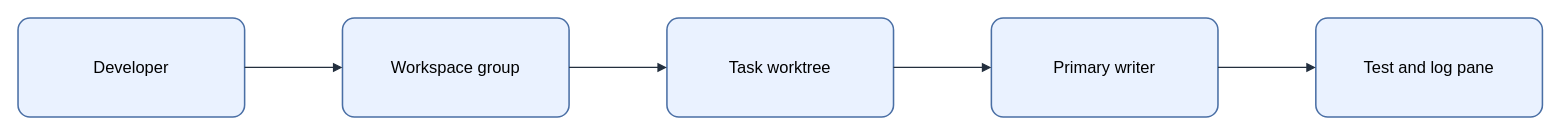
Earlier version of the draw.io diagram assets/img/ai/agentic-development-workspace.drawio (KKamJi98/kkamji98.github.io). Source tidied: cells renumbered, new cells numbered last; positions are measured from the earlier drawing's top-left corner, leaving out a move shared by most shapes. Both pictures are drawn from the tidied source at 103%, with x=0, y=0 at pixel (18, 18).
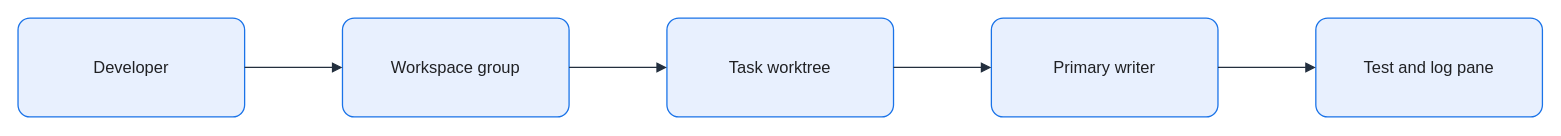
The same page after the edit.

The edit, as a diff of the source:
```diff
@@
 <mxGraphModel background="#FFFFFF">
   <root>
     <mxCell id="0" />
     <mxCell id="1" parent="0" />
-    <mxCell id="2" value="Developer" style="rounded=1;arcSize=12;whiteSpace=wrap;html=0;fillColor=#EAF2FF;strokeColor=#4A6FA5;strokeWidth=1.5;fontColor=#000000;fontSize=16;align=center;verticalAlign=middle;spacing=8;shadow=0;" parent="1" vertex="1">
+    <mxCell id="2" value="Developer" style="rounded=1;arcSize=12;whiteSpace=wrap;html=0;fillColor=#E8F0FE;strokeColor=#1A73E8;strokeWidth=1.25;fontColor=#202124;fontSize=16;align=center;verticalAlign=middle;spacing=8;shadow=0;" parent="1" vertex="1">
       <mxGeometry width="220" height="96" as="geometry" />
     </mxCell>
-    <mxCell id="3" value="Workspace group" style="rounded=1;arcSize=12;whiteSpace=wrap;html=0;fillColor=#EAF2FF;strokeColor=#4A6FA5;strokeWidth=1.5;fontColor=#000000;fontSize=16;align=center;verticalAlign=middle;spacing=8;shadow=0;" parent="1" vertex="1">
+    <mxCell id="3" value="Workspace group" style="rounded=1;arcSize=12;whiteSpace=wrap;html=0;fillColor=#E8F0FE;strokeColor=#1A73E8;strokeWidth=1.25;fontColor=#202124;fontSize=16;align=center;verticalAlign=middle;spacing=8;shadow=0;" parent="1" vertex="1">
       <mxGeometry x="315" width="220" height="96" as="geometry" />
     </mxCell>
-    <mxCell id="4" value="Task worktree" style="rounded=1;arcSize=12;whiteSpace=wrap;html=0;fillColor=#EAF2FF;strokeColor=#4A6FA5;strokeWidth=1.5;fontColor=#000000;fontSize=16;align=center;verticalAlign=middle;spacing=8;shadow=0;" parent="1" vertex="1">
+    <mxCell id="4" value="Task worktree" style="rounded=1;arcSize=12;whiteSpace=wrap;html=0;fillColor=#E8F0FE;strokeColor=#1A73E8;strokeWidth=1.25;fontColor=#202124;fontSize=16;align=center;verticalAlign=middle;spacing=8;shadow=0;" parent="1" vertex="1">
       <mxGeometry x="630" width="220" height="96" as="geometry" />
     </mxCell>
-    <mxCell id="5" value="Primary writer" style="rounded=1;arcSize=12;whiteSpace=wrap;html=0;fillColor=#EAF2FF;strokeColor=#4A6FA5;strokeWidth=1.5;fontColor=#000000;fontSize=16;align=center;verticalAlign=middle;spacing=8;shadow=0;" parent="1" vertex="1">
+    <mxCell id="5" value="Primary writer" style="rounded=1;arcSize=12;whiteSpace=wrap;html=0;fillColor=#E8F0FE;strokeColor=#1A73E8;strokeWidth=1.25;fontColor=#202124;fontSize=16;align=center;verticalAlign=middle;spacing=8;shadow=0;" parent="1" vertex="1">
       <mxGeometry x="945" width="220" height="96" as="geometry" />
     </mxCell>
-    <mxCell id="6" value="Test and log pane" style="rounded=1;arcSize=12;whiteSpace=wrap;html=0;fillColor=#EAF2FF;strokeColor=#4A6FA5;strokeWidth=1.5;fontColor=#000000;fontSize=16;align=center;verticalAlign=middle;spacing=8;shadow=0;" parent="1" vertex="1">
+    <mxCell id="6" value="Test and log pane" style="rounded=1;arcSize=12;whiteSpace=wrap;html=0;fillColor=#E8F0FE;strokeColor=#1A73E8;strokeWidth=1.25;fontColor=#202124;fontSize=16;align=center;verticalAlign=middle;spacing=8;shadow=0;" parent="1" vertex="1">
       <mxGeometry x="1260" width="220" height="96" as="geometry" />
     </mxCell>
-    <mxCell id="7" style="edgeStyle=orthogonalEdgeStyle;rounded=0;jettySize=auto;html=0;endArrow=block;endFill=1;strokeColor=#232F3E;strokeWidth=1.25;fontColor=#000000;labelBackgroundColor=none;exitX=1;exitY=0.5;exitDx=0;exitDy=0;entryX=0;entryY=0.5;entryDx=0;entryDy=0;" parent="1" edge="1" source="2" target="3">
+    <mxCell id="7" style="edgeStyle=orthogonalEdgeStyle;rounded=0;jettySize=auto;html=0;endArrow=block;endFill=1;strokeColor=#232F3E;strokeWidth=1.25;fontColor=#202124;labelBackgroundColor=none;exitX=1;exitY=0.5;exitDx=0;exitDy=0;entryX=0;entryY=0.5;entryDx=0;entryDy=0;endSize=7;" parent="1" edge="1" source="2" target="3">
       <mxGeometry relative="1" as="geometry" />
     </mxCell>
-    <mxCell id="8" style="edgeStyle=orthogonalEdgeStyle;rounded=0;jettySize=auto;html=0;endArrow=block;endFill=1;strokeColor=#232F3E;strokeWidth=1.25;fontColor=#000000;labelBackgroundColor=none;exitX=1;exitY=0.5;exitDx=0;exitDy=0;entryX=0;entryY=0.5;entryDx=0;entryDy=0;" parent="1" edge="1" source="3" target="4">
+    <mxCell id="8" style="edgeStyle=orthogonalEdgeStyle;rounded=0;jettySize=auto;html=0;endArrow=block;endFill=1;strokeColor=#232F3E;strokeWidth=1.25;fontColor=#202124;labelBackgroundColor=none;exitX=1;exitY=0.5;exitDx=0;exitDy=0;entryX=0;entryY=0.5;entryDx=0;entryDy=0;endSize=7;" parent="1" edge="1" source="3" target="4">
       <mxGeometry relative="1" as="geometry" />
     </mxCell>
-    <mxCell id="9" style="edgeStyle=orthogonalEdgeStyle;rounded=0;jettySize=auto;html=0;endArrow=block;endFill=1;strokeColor=#232F3E;strokeWidth=1.25;fontColor=#000000;labelBackgroundColor=none;exitX=1;exitY=0.5;exitDx=0;exitDy=0;entryX=0;entryY=0.5;entryDx=0;entryDy=0;" parent="1" edge="1" source="4" target="5">
+    <mxCell id="9" style="edgeStyle=orthogonalEdgeStyle;rounded=0;jettySize=auto;html=0;endArrow=block;endFill=1;strokeColor=#232F3E;strokeWidth=1.25;fontColor=#202124;labelBackgroundColor=none;exitX=1;exitY=0.5;exitDx=0;exitDy=0;entryX=0;entryY=0.5;entryDx=0;entryDy=0;endSize=7;" parent="1" edge="1" source="4" target="5">
       <mxGeometry relative="1" as="geometry" />
     </mxCell>
-    <mxCell id="10" style="edgeStyle=orthogonalEdgeStyle;rounded=0;jettySize=auto;html=0;endArrow=block;endFill=1;strokeColor=#232F3E;strokeWidth=1.25;fontColor=#000000;labelBackgroundColor=none;exitX=1;exitY=0.5;exitDx=0;exitDy=0;entryX=0;entryY=0.5;entryDx=0;entryDy=0;" parent="1" edge="1" source="5" target="6">
+    <mxCell id="10" style="edgeStyle=orthogonalEdgeStyle;rounded=0;jettySize=auto;html=0;endArrow=block;endFill=1;strokeColor=#232F3E;strokeWidth=1.25;fontColor=#202124;labelBackgroundColor=none;exitX=1;exitY=0.5;exitDx=0;exitDy=0;entryX=0;entryY=0.5;entryDx=0;entryDy=0;endSize=7;" parent="1" edge="1" source="5" target="6">
       <mxGeometry relative="1" as="geometry" />
     </mxCell>
   </root>
 </mxGraphModel>
```
